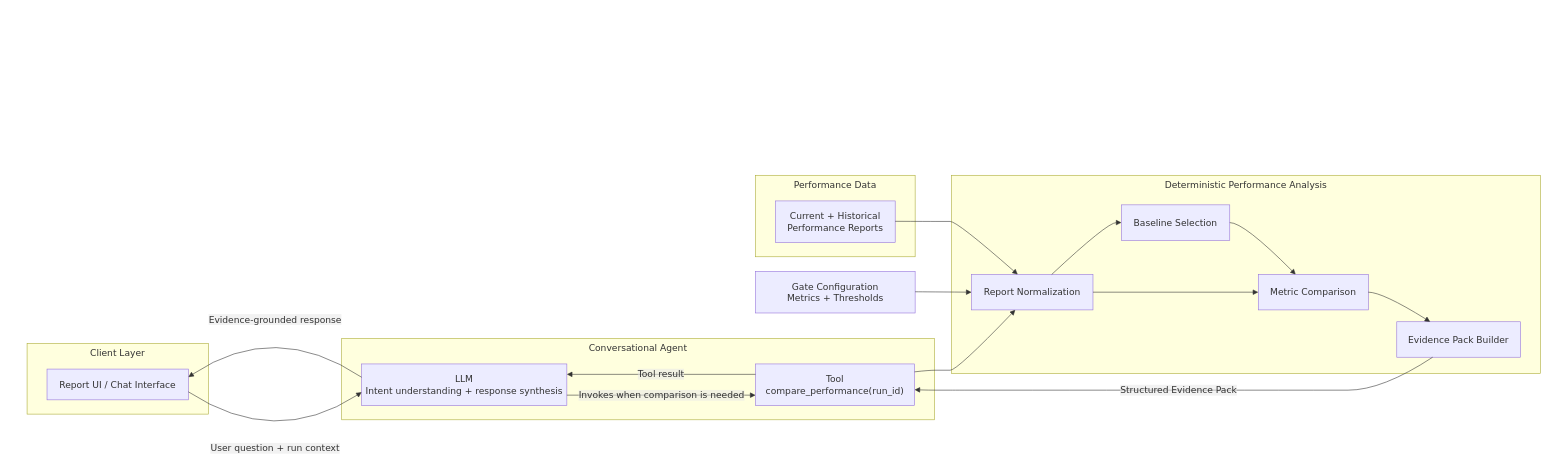
The draw.io diagram docs/implementation/architecture_overview/release-compass-architecture.drawio in ZHAW-InIT-SoftwareEngineering/release-compass, before the edit. Source tidied: cells renumbered, new cells numbered last; positions are measured from the earlier drawing's top-left corner, leaving out a move shared by most shapes. Both pictures are drawn from the tidied source at 57%, with x=0, y=0 at pixel (10, 10).
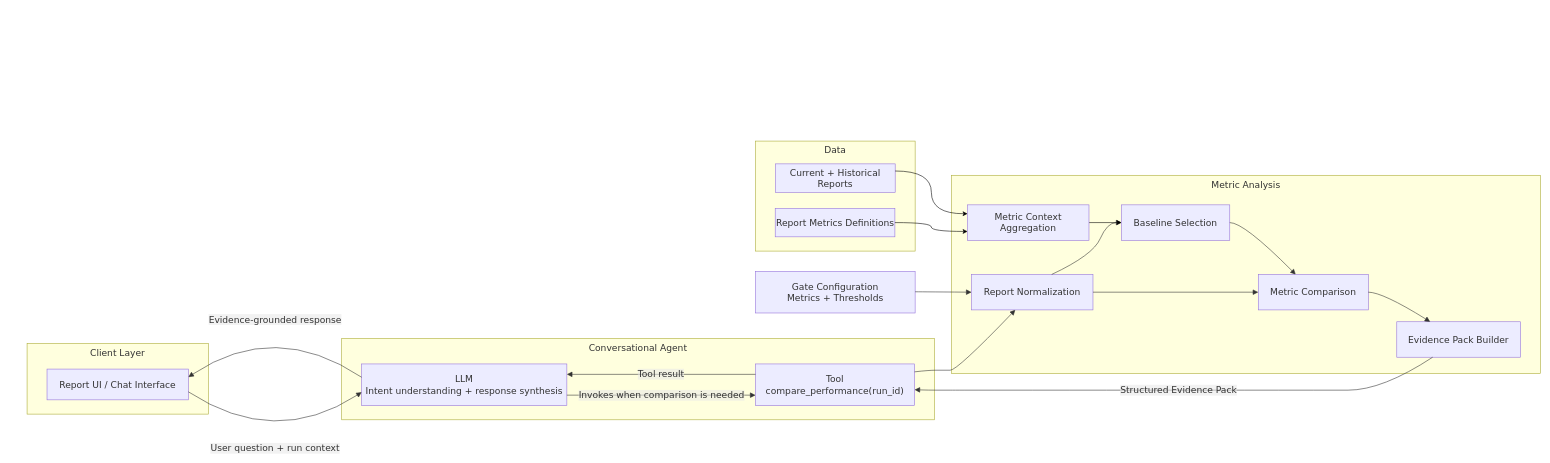
Above is the later version.

Unchanged cells that the change refers to:
```xml
<mxCell id="2" style="group;transparentBounds=1;editIcon=1;lockedGroup=0;groupPadding=10;" parent="1" vertex="1">
  <mxGeometry as="geometry" />
</mxCell>
<mxCell id="11" value="Report Normalization" style="html=1;whiteSpace=wrap;strokeWidth=1;fillColor=light-dark(#ECECFF,#1f2020);strokeColor=light-dark(#9370DB,#cccccc);fontColor=light-dark(#333333,#cccccc);fontFamily=Trebuchet MS,Verdana,Arial,sans-serif;fontSize=16;" parent="10" vertex="1">
  <mxGeometry x="35" y="174" width="213" height="62.2" as="geometry" />
</mxCell>
<mxCell id="12" value="Baseline Selection" style="html=1;whiteSpace=wrap;strokeWidth=1;fillColor=light-dark(#ECECFF,#1f2020);strokeColor=light-dark(#9370DB,#cccccc);fontColor=light-dark(#333333,#cccccc);fontFamily=Trebuchet MS,Verdana,Arial,sans-serif;fontSize=16;" parent="10" vertex="1">
  <mxGeometry x="298" y="51.9" width="190" height="62.2" as="geometry" />
</mxCell>
```

The edit, as a diff of the source:
```diff
@@
-    <mxCell id="10" value="Deterministic Performance Analysis" style="html=1;whiteSpace=wrap;strokeWidth=1;verticalAlign=top;fillColor=light-dark(#ffffde,#1f2020);strokeColor=light-dark(#aaaa33,#cccccc);fontColor=light-dark(#333333,#cccccc);fontFamily=Trebuchet MS,Verdana,Arial,sans-serif;fontSize=16;" parent="2" vertex="1">
+    <mxCell id="10" value="Metric Analysis" style="html=1;whiteSpace=wrap;strokeWidth=1;verticalAlign=top;fillColor=light-dark(#ffffde,#1f2020);strokeColor=light-dark(#aaaa33,#cccccc);fontColor=light-dark(#333333,#cccccc);fontFamily=Trebuchet MS,Verdana,Arial,sans-serif;fontSize=16;" parent="2" vertex="1">
       <mxGeometry x="1652" y="290" width="1033" height="348" as="geometry" />
     </mxCell>
@@
     <mxCell id="15" style="curved=1;startArrow=none;endArrow=block;endSize=7;strokeColor=light-dark(#333333,#cccccc);exitX=0.66;exitY=0;entryX=0;entryY=0.5;rounded=0;" parent="10" edge="1" source="11" target="12">
       <mxGeometry relative="1" as="geometry">
         <Array as="points">
+          <mxPoint x="248" y="140" />
           <mxPoint x="273" y="83" />
         </Array>
       </mxGeometry>
     </mxCell>
@@
+    <mxCell id="28" style="edgeStyle=orthogonalEdgeStyle;rounded=0;jettySize=auto;html=1;exitX=1;exitY=0.5;exitDx=0;exitDy=0;entryX=0;entryY=0.5;entryDx=0;entryDy=0;" parent="10" edge="1" source="29" target="12">
+      <mxGeometry relative="1" as="geometry" />
+    </mxCell>
+    <mxCell id="29" value="Metric Context Aggregation" style="html=1;whiteSpace=wrap;strokeWidth=1;fillColor=light-dark(#ECECFF,#1f2020);strokeColor=light-dark(#9370DB,#cccccc);fontColor=light-dark(#333333,#cccccc);fontFamily=Trebuchet MS,Verdana,Arial,sans-serif;fontSize=16;" parent="10" vertex="1">
+      <mxGeometry x="28" y="51.9" width="213" height="62.2" as="geometry" />
+    </mxCell>
-    <mxCell id="19" value="Performance Data" style="html=1;whiteSpace=wrap;strokeWidth=1;verticalAlign=top;fillColor=light-dark(#ffffde,#1f2020);strokeColor=light-dark(#aaaa33,#cccccc);fontColor=light-dark(#333333,#cccccc);fontFamily=Trebuchet MS,Verdana,Arial,sans-serif;fontSize=16;" parent="2" vertex="1">
-      <mxGeometry x="1308" y="290" width="280" height="143" as="geometry" />
+    <mxCell id="19" value="Data" style="html=1;whiteSpace=wrap;strokeWidth=1;verticalAlign=top;fillColor=light-dark(#ffffde,#1f2020);strokeColor=light-dark(#aaaa33,#cccccc);fontColor=light-dark(#333333,#cccccc);fontFamily=Trebuchet MS,Verdana,Arial,sans-serif;fontSize=16;" parent="2" vertex="1">
+      <mxGeometry x="1308" y="230" width="280" height="193" as="geometry" />
     </mxCell>
-    <mxCell id="20" value="Current + Historical&#10;Performance Reports" style="html=1;whiteSpace=wrap;strokeWidth=1;fillColor=light-dark(#ECECFF,#1f2020);strokeColor=light-dark(#9370DB,#cccccc);fontColor=light-dark(#333333,#cccccc);fontFamily=Trebuchet MS,Verdana,Arial,sans-serif;fontSize=16;" parent="19" vertex="1">
-      <mxGeometry x="35" y="45" width="210" height="73" as="geometry" />
+    <mxCell id="20" value="Current + Historical&lt;br&gt;Reports" style="html=1;whiteSpace=wrap;strokeWidth=1;fillColor=light-dark(#ECECFF,#1f2020);strokeColor=light-dark(#9370DB,#cccccc);fontColor=light-dark(#333333,#cccccc);fontFamily=Trebuchet MS,Verdana,Arial,sans-serif;fontSize=16;" parent="19" vertex="1">
+      <mxGeometry x="35" y="40" width="210" height="50" as="geometry" />
     </mxCell>
+    <mxCell id="30" value="Report Metrics Definitions" style="html=1;whiteSpace=wrap;strokeWidth=1;fillColor=light-dark(#ECECFF,#1f2020);strokeColor=light-dark(#9370DB,#cccccc);fontColor=light-dark(#333333,#cccccc);fontFamily=Trebuchet MS,Verdana,Arial,sans-serif;fontSize=16;" parent="19" vertex="1">
+      <mxGeometry x="34.5" y="118" width="210" height="50" as="geometry" />
+    </mxCell>
@@
-    <mxCell id="24" style="curved=1;startArrow=none;endArrow=block;endSize=7;strokeColor=light-dark(#333333,#cccccc);exitX=1;exitY=0.49;entryX=0.38;entryY=0;rounded=0;" parent="2" edge="1" source="20" target="11">
-      <mxGeometry relative="1" as="geometry">
-        <Array as="points">
-          <mxPoint x="1612" y="371" />
-          <mxPoint x="1637" y="371" />
-          <mxPoint x="1662" y="371" />
-        </Array>
-      </mxGeometry>
-    </mxCell>
@@
+    <mxCell id="31" style="edgeStyle=orthogonalEdgeStyle;rounded=0;jettySize=auto;html=1;exitX=1;exitY=0.25;exitDx=0;exitDy=0;entryX=0;entryY=0.25;entryDx=0;entryDy=0;curved=1;" parent="2" edge="1" source="20" target="29">
+      <mxGeometry relative="1" as="geometry" />
+    </mxCell>
+    <mxCell id="32" style="edgeStyle=orthogonalEdgeStyle;rounded=0;jettySize=auto;html=1;exitX=1;exitY=0.5;exitDx=0;exitDy=0;entryX=0;entryY=0.75;entryDx=0;entryDy=0;curved=1;" parent="2" edge="1" source="30" target="29">
+      <mxGeometry relative="1" as="geometry" />
+    </mxCell>
```
